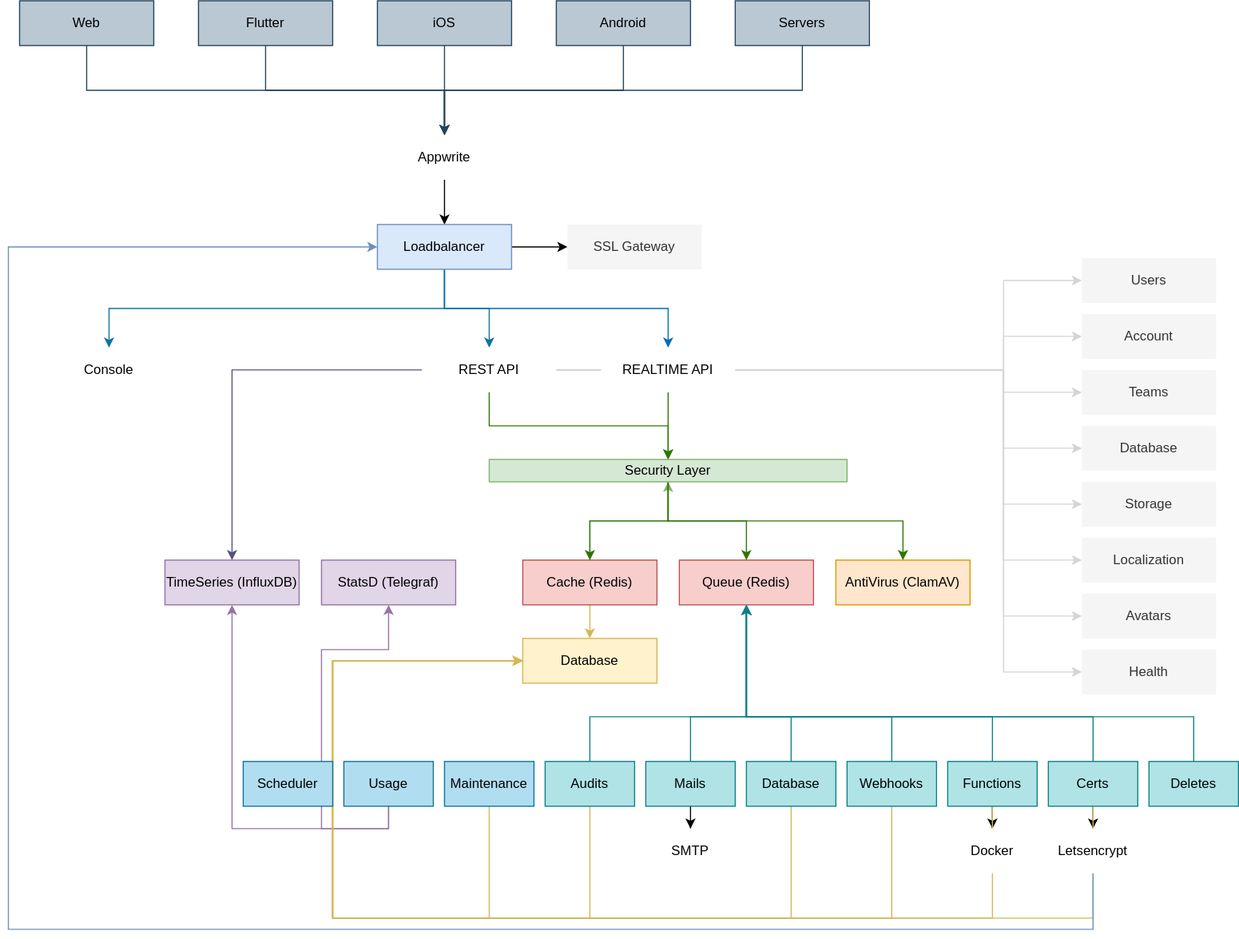
Above: docs/specs/overview.drawio.svg in silverknight59222/appwrite (draw.io), before the change. Source tidied: cells renumbered, new cells last; positions are measured from the earlier drawing's top-left corner, leaving out a move shared by most shapes.
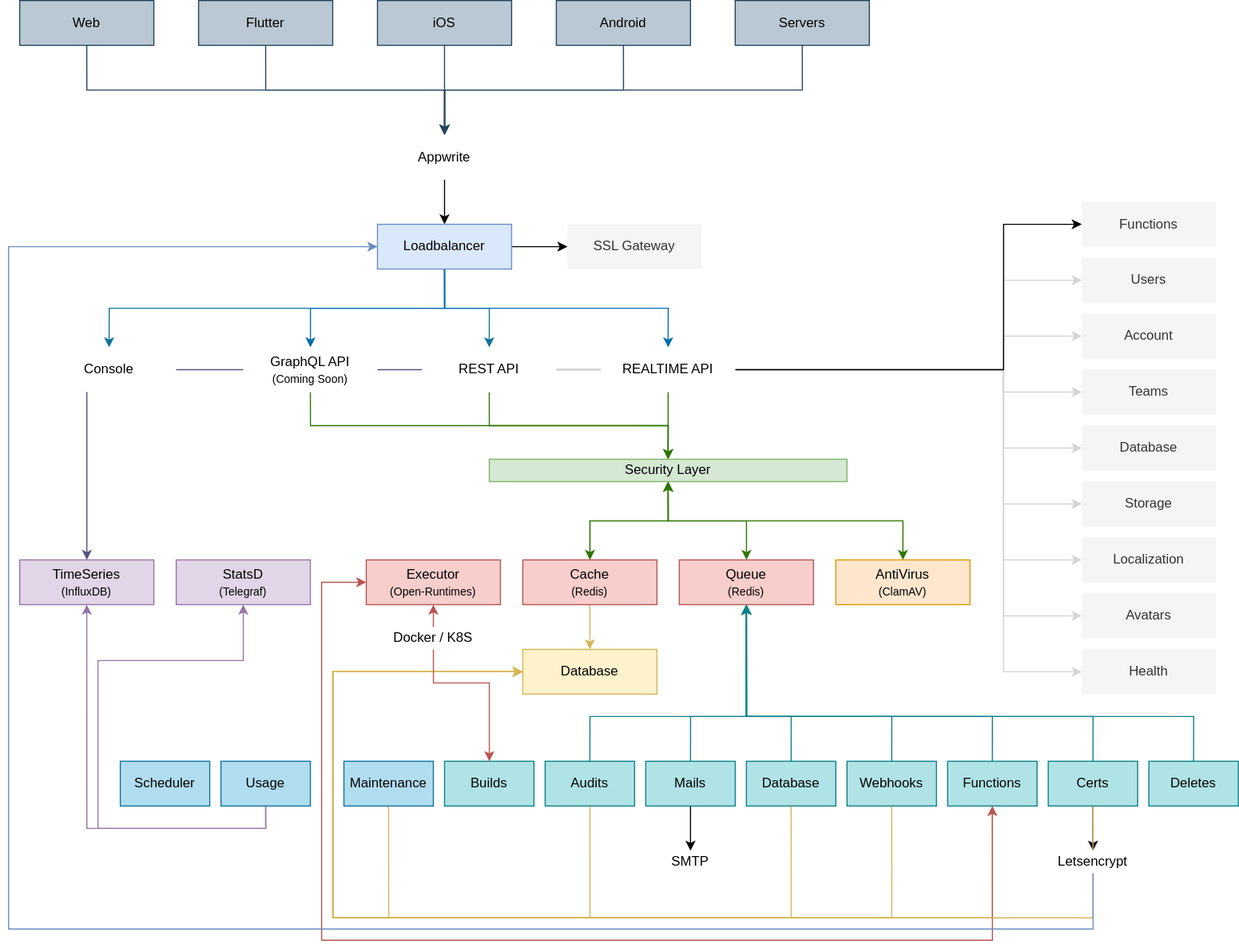
After the commit.

Change to the diagram source:
```diff
@@ -54,12 +54,12 @@
     <mxCell id="17" style="edgeStyle=orthogonalEdgeStyle;rounded=0;jettySize=auto;html=1;exitX=0.5;exitY=1;exitDx=0;exitDy=0;entryX=0.5;entryY=0;entryDx=0;entryDy=0;fillColor=#1ba1e2;strokeColor=#006EAF;" parent="1" edge="1" source="18" target="84">
       <mxGeometry relative="1" as="geometry" />
     </mxCell>
+    <mxCell id="86" style="edgeStyle=orthogonalEdgeStyle;rounded=0;html=1;exitX=0.5;exitY=1;exitDx=0;exitDy=0;fontSize=10;startArrow=none;startFill=0;fillColor=#1ba1e2;strokeColor=#006EAF;" parent="1" edge="1" source="18" target="95">
+      <mxGeometry relative="1" as="geometry" />
+    </mxCell>
     <mxCell id="18" value="Loadbalancer" style="rounded=0;whiteSpace=wrap;html=1;strokeColor=#6c8ebf;fillColor=#dae8fc;fontColor=#000000;labelBorderColor=none;" parent="1" vertex="1">
       <mxGeometry x="330" y="200" width="120" height="40" as="geometry" />
     </mxCell>
-    <mxCell id="19" value="Console" style="rounded=0;whiteSpace=wrap;html=1;strokeColor=none;" parent="1" vertex="1">
-      <mxGeometry x="30" y="310" width="120" height="40" as="geometry" />
-    </mxCell>
     <mxCell id="20" style="edgeStyle=orthogonalEdgeStyle;rounded=0;jettySize=auto;html=1;exitX=1;exitY=0.5;exitDx=0;exitDy=0;entryX=0;entryY=0.5;entryDx=0;entryDy=0;fillColor=#f5f5f5;strokeColor=#D4D4D4;" parent="1" edge="1" source="30" target="36">
       <mxGeometry relative="1" as="geometry">
         <Array as="points">
@@ -133,7 +133,7 @@
     <mxCell id="30" value="REST API" style="rounded=0;whiteSpace=wrap;html=1;strokeColor=none;" parent="1" vertex="1">
       <mxGeometry x="370" y="310" width="120" height="40" as="geometry" />
     </mxCell>
-    <mxCell id="31" value="Queue&amp;nbsp;(Redis)" style="rounded=0;whiteSpace=wrap;html=1;strokeColor=#b85450;fillColor=#f8cecc;fontColor=#000000;labelBorderColor=none;" parent="1" vertex="1">
+    <mxCell id="31" value="Queue&lt;br&gt;&lt;font style=&quot;font-size: 10px&quot;&gt;(Redis)&lt;/font&gt;" style="rounded=0;whiteSpace=wrap;html=1;strokeColor=#b85450;fillColor=#f8cecc;fontColor=#000000;labelBorderColor=none;" parent="1" vertex="1">
       <mxGeometry x="600" y="500" width="120" height="40" as="geometry" />
     </mxCell>
     <mxCell id="32" style="edgeStyle=orthogonalEdgeStyle;rounded=0;jettySize=auto;html=1;fillColor=#fff2cc;strokeColor=#d6b656;" parent="1" edge="1" source="34" target="35">
@@ -142,11 +142,11 @@
     <mxCell id="33" style="edgeStyle=orthogonalEdgeStyle;rounded=0;jettySize=auto;html=1;exitX=0.5;exitY=0;exitDx=0;exitDy=0;entryX=0.5;entryY=1;entryDx=0;entryDy=0;strokeColor=#82b366;fillColor=#d5e8d4;" parent="1" edge="1" source="34" target="50">
       <mxGeometry relative="1" as="geometry" />
     </mxCell>
-    <mxCell id="34" value="Cache (Redis)" style="rounded=0;whiteSpace=wrap;html=1;strokeColor=#b85450;fillColor=#f8cecc;fontColor=#000000;labelBorderColor=none;" parent="1" vertex="1">
+    <mxCell id="34" value="Cache&lt;br&gt;&lt;font style=&quot;font-size: 10px&quot;&gt;(Redis)&lt;/font&gt;" style="rounded=0;whiteSpace=wrap;html=1;strokeColor=#b85450;fillColor=#f8cecc;fontColor=#000000;labelBorderColor=none;" parent="1" vertex="1">
       <mxGeometry x="460" y="500" width="120" height="40" as="geometry" />
     </mxCell>
     <mxCell id="35" value="Database" style="rounded=0;whiteSpace=wrap;html=1;strokeColor=#d6b656;fillColor=#fff2cc;fontColor=#000000;labelBorderColor=none;" parent="1" vertex="1">
-      <mxGeometry x="460" y="570" width="120" height="40" as="geometry" />
+      <mxGeometry x="460" y="580" width="120" height="40" as="geometry" />
     </mxCell>
     <mxCell id="36" value="Users" style="rounded=0;whiteSpace=wrap;html=1;strokeColor=none;fillColor=#f5f5f5;fontColor=#333333;" parent="1" vertex="1">
       <mxGeometry x="960" y="230" width="120" height="40" as="geometry" />
@@ -178,49 +178,55 @@
     <mxCell id="45" style="edgeStyle=orthogonalEdgeStyle;rounded=0;jettySize=auto;html=1;exitX=0.5;exitY=1;exitDx=0;exitDy=0;entryX=0;entryY=0.5;entryDx=0;entryDy=0;fillColor=#fff2cc;strokeColor=#d6b656;" parent="1" edge="1" source="46" target="35">
       <mxGeometry relative="1" as="geometry">
         <Array as="points">
-          <mxPoint x="430" y="820" />
+          <mxPoint x="340" y="820" />
           <mxPoint x="290" y="820" />
-          <mxPoint x="290" y="590" />
+          <mxPoint x="290" y="600" />
         </Array>
       </mxGeometry>
     </mxCell>
     <mxCell id="46" value="Maintenance" style="rounded=0;whiteSpace=wrap;html=1;strokeColor=#10739e;fillColor=#b1ddf0;labelBorderColor=none;fontColor=#000000;" parent="1" vertex="1">
-      <mxGeometry x="390" y="680" width="80" height="40" as="geometry" />
+      <mxGeometry x="300" y="680" width="80" height="40" as="geometry" />
     </mxCell>
-    <mxCell id="47" style="edgeStyle=orthogonalEdgeStyle;rounded=0;jettySize=auto;html=1;exitX=0.5;exitY=1;exitDx=0;exitDy=0;strokeColor=#2D7600;fillColor=#60a917;" parent="1" edge="1" source="50" target="34">
+    <mxCell id="47" style="edgeStyle=orthogonalEdgeStyle;rounded=0;jettySize=auto;html=1;exitX=0.5;exitY=1;exitDx=0;exitDy=0;strokeColor=#2D7600;fillColor=#60a917;startArrow=classic;startFill=1;" parent="1" edge="1" source="50" target="34">
       <mxGeometry relative="1" as="geometry" />
     </mxCell>
-    <mxCell id="48" style="edgeStyle=orthogonalEdgeStyle;rounded=0;jettySize=auto;html=1;exitX=0.5;exitY=1;exitDx=0;exitDy=0;strokeColor=#2D7600;fillColor=#60a917;" parent="1" edge="1" source="50" target="31">
+    <mxCell id="48" style="edgeStyle=orthogonalEdgeStyle;rounded=0;jettySize=auto;html=1;exitX=0.5;exitY=1;exitDx=0;exitDy=0;strokeColor=#2D7600;fillColor=#60a917;startArrow=classic;startFill=1;" parent="1" edge="1" source="50" target="31">
       <mxGeometry relative="1" as="geometry" />
     </mxCell>
-    <mxCell id="49" style="edgeStyle=orthogonalEdgeStyle;rounded=0;jettySize=auto;html=1;exitX=0.5;exitY=1;exitDx=0;exitDy=0;entryX=0.5;entryY=0;entryDx=0;entryDy=0;fillColor=#60a917;strokeColor=#2D7600;" parent="1" edge="1" source="50" target="82">
+    <mxCell id="49" style="edgeStyle=orthogonalEdgeStyle;rounded=0;jettySize=auto;html=1;exitX=0.5;exitY=1;exitDx=0;exitDy=0;entryX=0.5;entryY=0;entryDx=0;entryDy=0;fillColor=#60a917;strokeColor=#2D7600;startArrow=classic;startFill=1;" parent="1" edge="1" source="50" target="82">
       <mxGeometry relative="1" as="geometry" />
     </mxCell>
     <mxCell id="50" value="Security Layer" style="rounded=0;whiteSpace=wrap;html=1;strokeColor=#82b366;fillColor=#d5e8d4;fontColor=#000000;labelBorderColor=none;" parent="1" vertex="1">
       <mxGeometry x="430" y="410" width="320" height="20" as="geometry" />
     </mxCell>
-    <mxCell id="51" style="edgeStyle=orthogonalEdgeStyle;rounded=0;jettySize=auto;html=1;exitX=0.5;exitY=1;exitDx=0;exitDy=0;fillColor=#e1d5e7;strokeColor=#9673a6;entryX=0.5;entryY=1;entryDx=0;entryDy=0;" parent="1" edge="1" source="53" target="72">
-      <mxGeometry relative="1" as="geometry">
-        <Array as="points">
-          <mxPoint x="340" y="740" />
-          <mxPoint x="280" y="740" />
-          <mxPoint x="280" y="580" />
-          <mxPoint x="340" y="580" />
-        </Array>
-      </mxGeometry>
-    </mxCell>
-    <mxCell id="52" style="edgeStyle=orthogonalEdgeStyle;rounded=0;jettySize=auto;html=1;exitX=0.5;exitY=1;exitDx=0;exitDy=0;entryX=0.5;entryY=1;entryDx=0;entryDy=0;fillColor=#e1d5e7;strokeColor=#9673a6;" parent="1" edge="1" source="53" target="73">
-      <mxGeometry relative="1" as="geometry" />
+    <mxCell id="52" style="edgeStyle=orthogonalEdgeStyle;rounded=0;jettySize=auto;html=1;exitX=0.5;exitY=1;exitDx=0;exitDy=0;entryX=0.5;entryY=1;entryDx=0;entryDy=0;fillColor=#e1d5e7;strokeColor=#9673a6;" parent="1" edge="1" source="53">
+      <mxGeometry relative="1" as="geometry">
+        <mxPoint x="70" y="540" as="targetPoint" />
+      </mxGeometry>
     </mxCell>
+    <mxCell id="87" style="edgeStyle=none;html=1;exitX=0.5;exitY=1;exitDx=0;exitDy=0;entryX=0.5;entryY=1;entryDx=0;entryDy=0;rounded=0;fillColor=#e1d5e7;strokeColor=#9673a6;" parent="1" edge="1" source="53">
+      <mxGeometry relative="1" as="geometry">
+        <mxPoint x="210" y="540" as="targetPoint" />
+        <Array as="points">
+          <mxPoint x="230" y="740" />
+          <mxPoint x="210" y="740" />
+          <mxPoint x="170" y="740" />
+          <mxPoint x="80" y="740" />
+          <mxPoint x="80" y="660" />
+          <mxPoint x="80" y="590" />
+          <mxPoint x="210" y="590" />
+        </Array>
+      </mxGeometry>
+    </mxCell>
     <mxCell id="53" value="Usage" style="rounded=0;whiteSpace=wrap;html=1;strokeColor=#10739e;fillColor=#b1ddf0;labelBorderColor=none;fontColor=#000000;" parent="1" vertex="1">
-      <mxGeometry x="300" y="680" width="80" height="40" as="geometry" />
+      <mxGeometry x="190" y="680" width="80" height="40" as="geometry" />
     </mxCell>
     <mxCell id="54" style="edgeStyle=orthogonalEdgeStyle;rounded=0;jettySize=auto;html=1;exitX=0.5;exitY=1;exitDx=0;exitDy=0;entryX=0;entryY=0.5;entryDx=0;entryDy=0;fillColor=#fff2cc;strokeColor=#d6b656;" parent="1" edge="1" source="56" target="35">
       <mxGeometry relative="1" as="geometry">
         <Array as="points">
           <mxPoint x="520" y="820" />
           <mxPoint x="290" y="820" />
-          <mxPoint x="290" y="590" />
+          <mxPoint x="290" y="600" />
         </Array>
       </mxGeometry>
     </mxCell>
@@ -250,14 +256,14 @@
       <mxGeometry x="570" y="680" width="80" height="40" as="geometry" />
     </mxCell>
     <mxCell id="60" value="SMTP" style="rounded=0;whiteSpace=wrap;html=1;strokeColor=none;" parent="1" vertex="1">
-      <mxGeometry x="570" y="740" width="80" height="40" as="geometry" />
+      <mxGeometry x="570" y="760" width="80" height="20" as="geometry" />
     </mxCell>
     <mxCell id="61" style="edgeStyle=orthogonalEdgeStyle;rounded=0;jettySize=auto;html=1;exitX=0.5;exitY=1;exitDx=0;exitDy=0;entryX=0;entryY=0.5;entryDx=0;entryDy=0;fillColor=#fff2cc;strokeColor=#d6b656;" parent="1" edge="1" source="63" target="35">
       <mxGeometry relative="1" as="geometry">
         <Array as="points">
           <mxPoint x="700" y="820" />
           <mxPoint x="290" y="820" />
-          <mxPoint x="290" y="590" />
+          <mxPoint x="290" y="600" />
         </Array>
       </mxGeometry>
     </mxCell>
@@ -277,7 +283,7 @@
         <Array as="points">
           <mxPoint x="790" y="820" />
           <mxPoint x="290" y="820" />
-          <mxPoint x="290" y="590" />
+          <mxPoint x="290" y="600" />
         </Array>
       </mxGeometry>
     </mxCell>
@@ -292,15 +298,12 @@
     <mxCell id="66" value="Webhooks" style="rounded=0;whiteSpace=wrap;html=1;strokeColor=#0e8088;fillColor=#b0e3e6;fontColor=#000000;labelBorderColor=none;" parent="1" vertex="1">
       <mxGeometry x="750" y="680" width="80" height="40" as="geometry" />
     </mxCell>
-    <mxCell id="67" style="edgeStyle=orthogonalEdgeStyle;rounded=0;jettySize=auto;html=1;" parent="1" edge="1" source="70" target="71">
-      <mxGeometry relative="1" as="geometry" />
-    </mxCell>
     <mxCell id="68" style="edgeStyle=orthogonalEdgeStyle;rounded=0;jettySize=auto;html=1;exitX=0.5;exitY=1;exitDx=0;exitDy=0;entryX=0;entryY=0.5;entryDx=0;entryDy=0;fillColor=#fff2cc;strokeColor=#d6b656;" parent="1" edge="1" source="70" target="35">
       <mxGeometry relative="1" as="geometry">
         <Array as="points">
           <mxPoint x="880" y="820" />
           <mxPoint x="290" y="820" />
-          <mxPoint x="290" y="590" />
+          <mxPoint x="290" y="600" />
         </Array>
       </mxGeometry>
     </mxCell>
@@ -312,27 +315,33 @@
         </Array>
       </mxGeometry>
     </mxCell>
+    <mxCell id="88" style="edgeStyle=orthogonalEdgeStyle;rounded=0;html=1;exitX=0.5;exitY=1;exitDx=0;exitDy=0;fontSize=10;fillColor=#f8cecc;strokeColor=#b85450;startArrow=classic;startFill=1;" parent="1" edge="1" source="70" target="92">
+      <mxGeometry relative="1" as="geometry">
+        <Array as="points">
+          <mxPoint x="880" y="840" />
+          <mxPoint x="280" y="840" />
+          <mxPoint x="280" y="520" />
+        </Array>
+      </mxGeometry>
+    </mxCell>
     <mxCell id="70" value="Functions" style="rounded=0;whiteSpace=wrap;html=1;strokeColor=#0e8088;fillColor=#b0e3e6;fontColor=#000000;labelBorderColor=none;" parent="1" vertex="1">
       <mxGeometry x="840" y="680" width="80" height="40" as="geometry" />
     </mxCell>
-    <mxCell id="71" value="Docker" style="rounded=0;whiteSpace=wrap;html=1;strokeColor=none;" parent="1" vertex="1">
-      <mxGeometry x="840" y="740" width="80" height="40" as="geometry" />
-    </mxCell>
-    <mxCell id="72" value="StatsD (Telegraf)" style="rounded=0;whiteSpace=wrap;html=1;strokeColor=#9673a6;fillColor=#e1d5e7;fontColor=#000000;labelBorderColor=none;" parent="1" vertex="1">
-      <mxGeometry x="280" y="500" width="120" height="40" as="geometry" />
+    <mxCell id="72" value="StatsD&lt;br&gt;&lt;font style=&quot;font-size: 10px&quot;&gt;(Telegraf)&lt;/font&gt;" style="rounded=0;whiteSpace=wrap;html=1;strokeColor=#9673a6;fillColor=#e1d5e7;fontColor=#000000;labelBorderColor=none;" parent="1" vertex="1">
+      <mxGeometry x="150" y="500" width="120" height="40" as="geometry" />
     </mxCell>
-    <mxCell id="73" value="TimeSeries (InfluxDB)" style="rounded=0;whiteSpace=wrap;html=1;strokeColor=#9673a6;fillColor=#e1d5e7;fontColor=#000000;labelBorderColor=none;" parent="1" vertex="1">
-      <mxGeometry x="140" y="500" width="120" height="40" as="geometry" />
+    <mxCell id="73" value="TimeSeries&lt;br&gt;&lt;font style=&quot;font-size: 10px&quot;&gt;(InfluxDB)&lt;/font&gt;" style="rounded=0;whiteSpace=wrap;html=1;strokeColor=#9673a6;fillColor=#e1d5e7;fontColor=#000000;labelBorderColor=none;" parent="1" vertex="1">
+      <mxGeometry x="10" y="500" width="120" height="40" as="geometry" />
     </mxCell>
     <mxCell id="74" style="edgeStyle=orthogonalEdgeStyle;rounded=0;jettySize=auto;html=1;" parent="1" edge="1" source="77" target="81">
       <mxGeometry relative="1" as="geometry" />
     </mxCell>
-    <mxCell id="75" style="edgeStyle=orthogonalEdgeStyle;rounded=0;jettySize=auto;html=1;exitX=0.5;exitY=1;exitDx=0;exitDy=0;entryX=0;entryY=0.5;entryDx=0;entryDy=0;fillColor=#fff2cc;strokeColor=#d6b656;" parent="1" edge="1" source="77" target="35">
+    <mxCell id="75" style="edgeStyle=orthogonalEdgeStyle;rounded=0;jettySize=auto;html=1;exitX=0.5;exitY=1;exitDx=0;exitDy=0;entryX=0;entryY=0.5;entryDx=0;entryDy=0;fillColor=#fff2cc;strokeColor=#d6b656;startArrow=none;startFill=0;" parent="1" edge="1" source="77" target="35">
       <mxGeometry relative="1" as="geometry">
         <Array as="points">
           <mxPoint x="970" y="820" />
           <mxPoint x="290" y="820" />
-          <mxPoint x="290" y="590" />
+          <mxPoint x="290" y="600" />
         </Array>
       </mxGeometry>
     </mxCell>
@@ -368,19 +377,51 @@
       </mxGeometry>
     </mxCell>
     <mxCell id="81" value="Letsencrypt" style="rounded=0;whiteSpace=wrap;html=1;strokeColor=none;" parent="1" vertex="1">
-      <mxGeometry x="930" y="740" width="80" height="40" as="geometry" />
+      <mxGeometry x="930" y="760" width="80" height="20" as="geometry" />
     </mxCell>
-    <mxCell id="82" value="AntiVirus (ClamAV)" style="rounded=0;whiteSpace=wrap;html=1;strokeColor=#d79b00;fillColor=#ffe6cc;fontColor=#000000;labelBorderColor=none;" parent="1" vertex="1">
+    <mxCell id="82" value="AntiVirus&lt;br&gt;&lt;font style=&quot;font-size: 10px&quot;&gt;(ClamAV)&lt;/font&gt;" style="rounded=0;whiteSpace=wrap;html=1;strokeColor=#d79b00;fillColor=#ffe6cc;fontColor=#000000;labelBorderColor=none;" parent="1" vertex="1">
       <mxGeometry x="740" y="500" width="120" height="40" as="geometry" />
     </mxCell>
     <mxCell id="83" style="edgeStyle=orthogonalEdgeStyle;rounded=0;jettySize=auto;html=1;exitX=0.5;exitY=1;exitDx=0;exitDy=0;entryX=0.5;entryY=0;entryDx=0;entryDy=0;fillColor=#60a917;strokeColor=#2D7600;" parent="1" edge="1" source="84" target="50">
       <mxGeometry relative="1" as="geometry" />
     </mxCell>
+    <mxCell id="89" style="edgeStyle=orthogonalEdgeStyle;rounded=0;html=1;exitX=1;exitY=0.5;exitDx=0;exitDy=0;entryX=0;entryY=0.5;entryDx=0;entryDy=0;fontSize=10;startArrow=none;startFill=0;" parent="1" edge="1" source="84" target="93">
+      <mxGeometry relative="1" as="geometry">
+        <Array as="points">
+          <mxPoint x="890" y="330" />
+          <mxPoint x="890" y="200" />
+        </Array>
+      </mxGeometry>
+    </mxCell>
     <mxCell id="84" value="REALTIME API" style="rounded=0;whiteSpace=wrap;html=1;strokeColor=none;" parent="1" vertex="1">
       <mxGeometry x="530" y="310" width="120" height="40" as="geometry" />
     </mxCell>
     <mxCell id="85" value="Scheduler" style="rounded=0;whiteSpace=wrap;html=1;strokeColor=#10739e;fillColor=#b1ddf0;labelBorderColor=none;fontColor=#000000;" parent="1" vertex="1">
-      <mxGeometry x="210" y="680" width="80" height="40" as="geometry" />
+      <mxGeometry x="100" y="680" width="80" height="40" as="geometry" />
     </mxCell>
+    <mxCell id="90" value="Builds" style="rounded=0;whiteSpace=wrap;html=1;strokeColor=#0e8088;fillColor=#b0e3e6;fontColor=#000000;labelBorderColor=none;" parent="1" vertex="1">
+      <mxGeometry x="390" y="680" width="80" height="40" as="geometry" />
+    </mxCell>
+    <mxCell id="91" style="edgeStyle=orthogonalEdgeStyle;rounded=0;html=1;exitX=0.5;exitY=1;exitDx=0;exitDy=0;fontSize=10;fillColor=#f8cecc;strokeColor=#b85450;startArrow=classic;startFill=1;" parent="1" edge="1" source="92" target="90">
+      <mxGeometry relative="1" as="geometry" />
+    </mxCell>
+    <mxCell id="92" value="Executor&lt;br&gt;&lt;font style=&quot;font-size: 10px&quot;&gt;(Open-Runtimes)&lt;/font&gt;" style="rounded=0;whiteSpace=wrap;html=1;strokeColor=#b85450;fillColor=#f8cecc;fontColor=#000000;labelBorderColor=none;" parent="1" vertex="1">
+      <mxGeometry x="320" y="500" width="120" height="40" as="geometry" />
+    </mxCell>
+    <mxCell id="71" value="Docker / K8S" style="rounded=0;whiteSpace=wrap;html=1;strokeColor=none;" parent="1" vertex="1">
+      <mxGeometry x="320" y="560" width="120" height="20" as="geometry" />
+    </mxCell>
+    <mxCell id="19" value="Console" style="rounded=0;whiteSpace=wrap;html=1;strokeColor=none;" parent="1" vertex="1">
+      <mxGeometry x="30" y="310" width="120" height="40" as="geometry" />
+    </mxCell>
+    <mxCell id="93" value="Functions" style="rounded=0;whiteSpace=wrap;html=1;strokeColor=none;fillColor=#f5f5f5;fontColor=#333333;" parent="1" vertex="1">
+      <mxGeometry x="960" y="180" width="120" height="40" as="geometry" />
+    </mxCell>
+    <mxCell id="94" style="edgeStyle=orthogonalEdgeStyle;rounded=0;html=1;exitX=0.5;exitY=1;exitDx=0;exitDy=0;entryX=0.5;entryY=0;entryDx=0;entryDy=0;fontSize=10;startArrow=none;startFill=0;fillColor=#60a917;strokeColor=#2D7600;" parent="1" edge="1" source="95" target="50">
+      <mxGeometry relative="1" as="geometry" />
+    </mxCell>
+    <mxCell id="95" value="GraphQL API&lt;br&gt;&lt;font style=&quot;font-size: 10px&quot;&gt;(Coming Soon)&lt;/font&gt;" style="rounded=0;whiteSpace=wrap;html=1;strokeColor=none;" parent="1" vertex="1">
+      <mxGeometry x="210" y="310" width="120" height="40" as="geometry" />
+    </mxCell>
   </root>
 </mxGraphModel>
```
